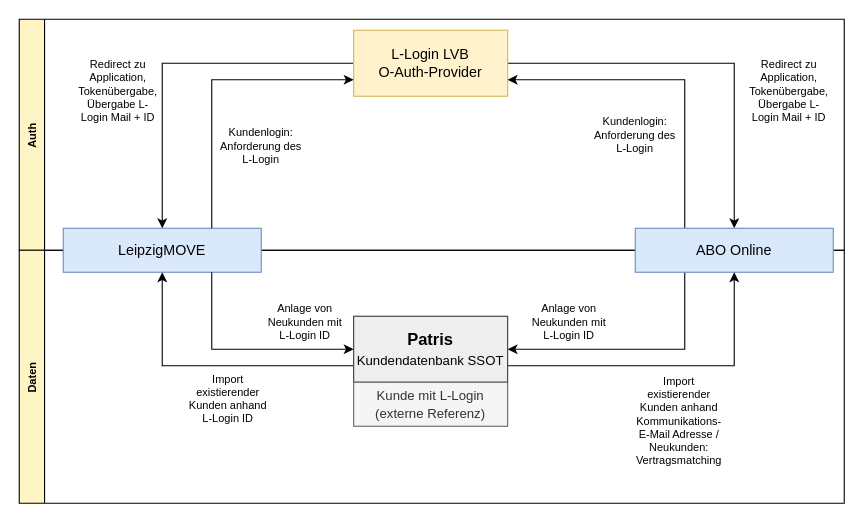
This is Untitled Diagram.drawio from MaLou2406/malou.github.io, a draw.io file, before an edit. Source tidied: cells renumbered, new cells numbered last; positions are measured from the earlier drawing's top-left corner, leaving out a move shared by most shapes. Both pictures are drawn from the tidied source at 110%, with x=0, y=0 at pixel (19, 19).
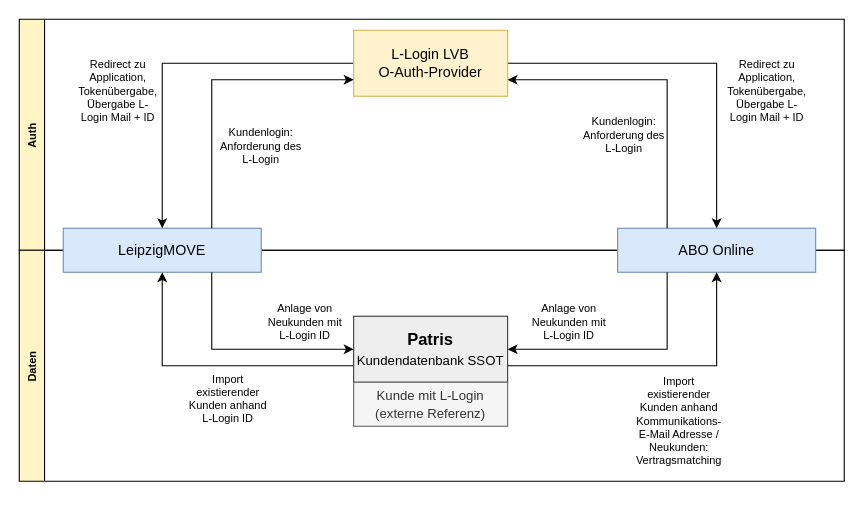
After the change.

The change refers to these unchanged cells:
```xml
<mxCell id="2" value="Auth" style="swimlane;horizontal=0;labelBorderColor=none;fontSize=10;fillColor=#FFF4C3;" parent="1" vertex="1">
  <mxGeometry width="750" height="210" as="geometry" />
</mxCell>
```

Change to the diagram source:
```diff
@@
     <mxCell id="5" value="Kundenlogin: Anforderung des L-Login" style="text;html=1;strokeColor=none;fillColor=none;align=center;verticalAlign=middle;whiteSpace=wrap;rounded=0;fontSize=10;" parent="2" vertex="1">
-      <mxGeometry x="520" y="60" width="80" height="90" as="geometry" />
+      <mxGeometry x="510" y="60" width="80" height="90" as="geometry" />
     </mxCell>
     <mxCell id="6" value="Redirect zu Application, Tokenübergabe, Übergabe L-Login Mail + ID" style="text;html=1;strokeColor=none;fillColor=none;align=center;verticalAlign=middle;whiteSpace=wrap;rounded=0;fontSize=10;" parent="2" vertex="1">
-      <mxGeometry x="660" y="20" width="80" height="90" as="geometry" />
+      <mxGeometry x="640" y="20" width="80" height="90" as="geometry" />
     </mxCell>
     <mxCell id="7" value="Daten" style="swimlane;horizontal=0;labelBorderColor=none;fontSize=10;fillColor=#FFF4C3;" parent="1" vertex="1">
-      <mxGeometry y="210" width="750" height="230" as="geometry" />
+      <mxGeometry y="210" width="750" height="210" as="geometry" />
     </mxCell>
@@
+    <mxCell id="15" value="ABO Online" style="rounded=0;whiteSpace=wrap;html=1;fillColor=#dae8fc;strokeColor=#6c8ebf;fontSize=13;" parent="7" vertex="1">
+      <mxGeometry x="544" y="-20" width="180" height="40" as="geometry" />
+    </mxCell>
@@
-    <mxCell id="15" value="ABO Online" style="rounded=0;whiteSpace=wrap;html=1;fillColor=#dae8fc;strokeColor=#6c8ebf;fontSize=13;" parent="1" vertex="1">
-      <mxGeometry x="560" y="190" width="180" height="40" as="geometry" />
-    </mxCell>
```
